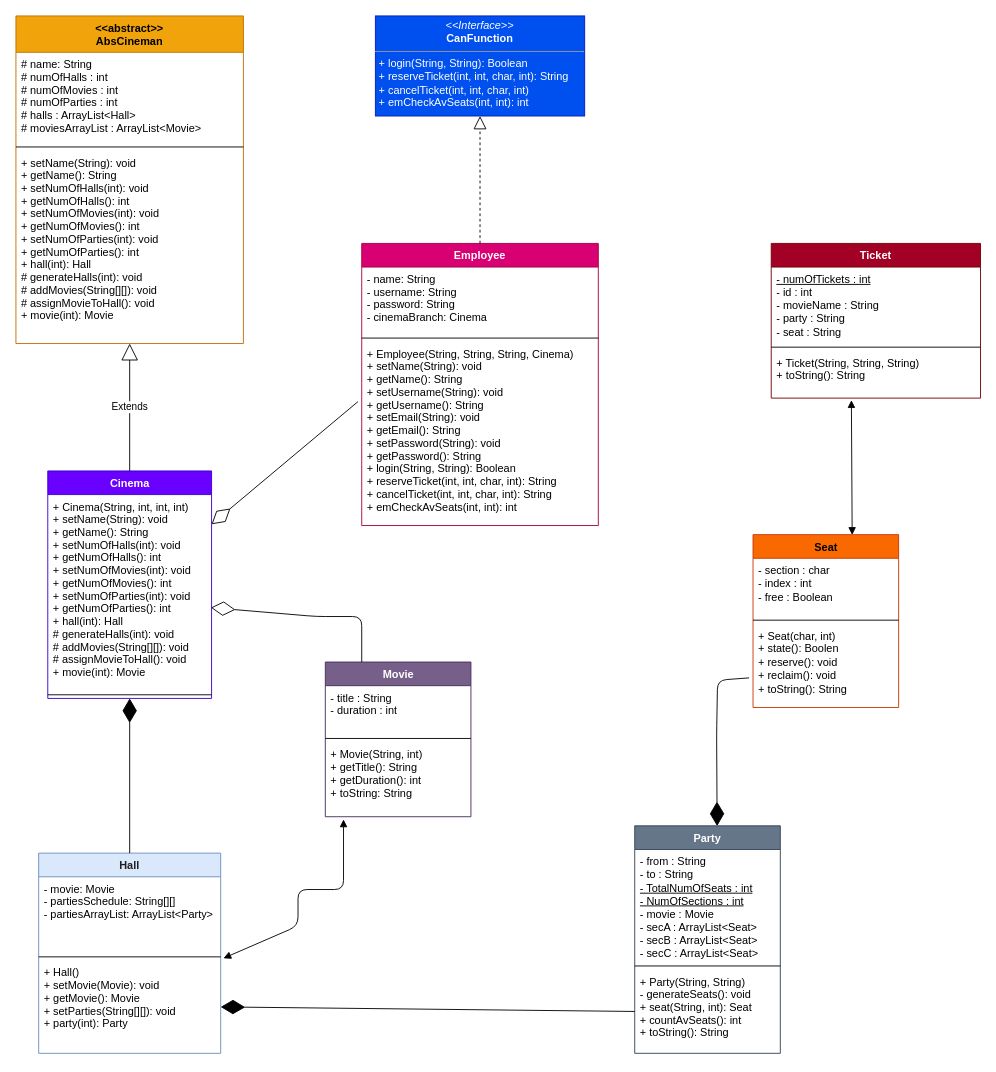
Earlier version of the draw.io diagram uml-cinema.drawio (AbdelrhmanNile/cinema-movies-ticket-booking). Source tidied: cells renumbered, new cells numbered last; positions are measured from the earlier drawing's top-left corner, leaving out a move shared by most shapes. Both pictures are drawn from the tidied source at 91%, with x=0, y=0 at pixel (15, 15).
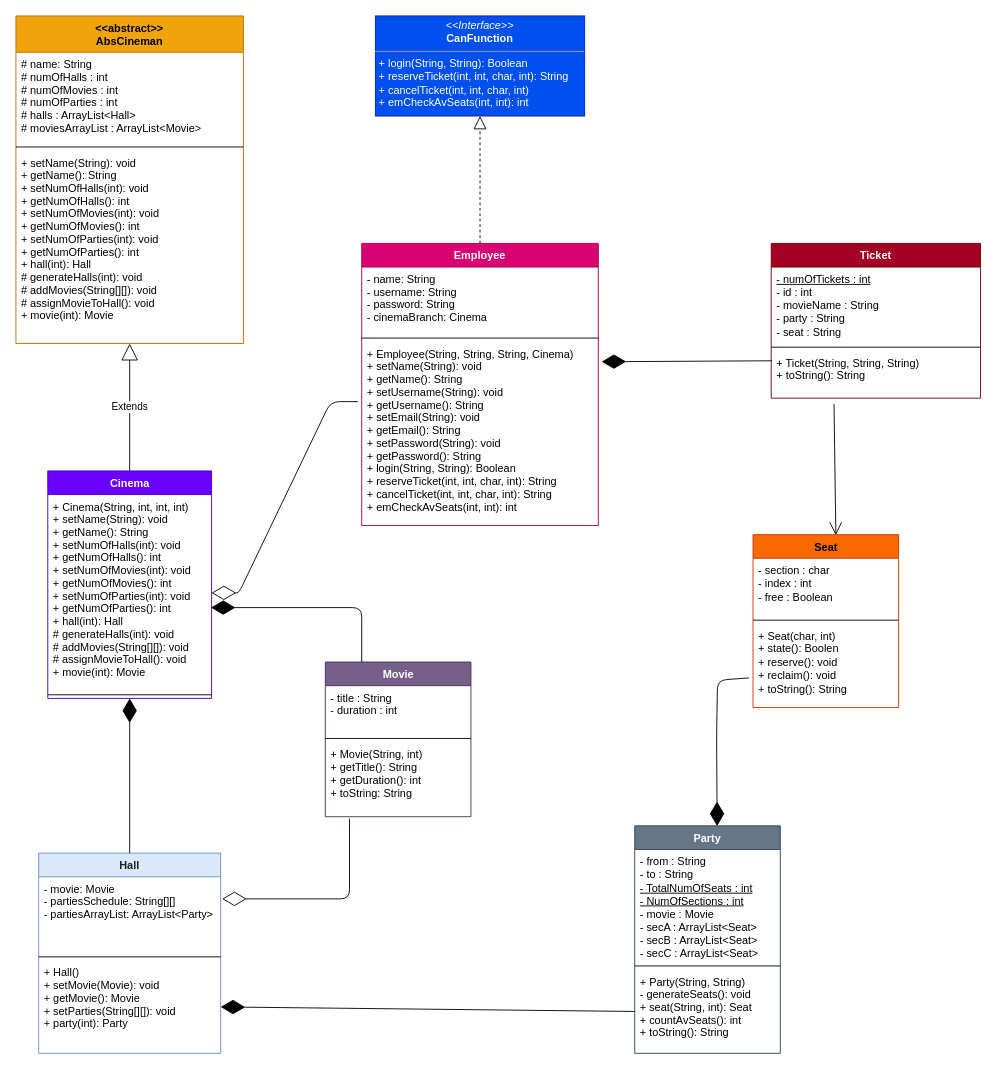
After the change.

The change refers to these unchanged cells:
```xml
<mxCell id="10" value="Seat" style="swimlane;fontStyle=1;align=center;verticalAlign=top;horizontal=1;startSize=26;strokeColor=#C73500;html=1;fillColor=#fa6800;fontColor=#000000;" parent="1" vertex="1">
  <mxGeometry x="810" y="570" width="160" height="190" as="geometry" />
</mxCell>
<mxCell id="14" value="Movie" style="swimlane;fontStyle=1;align=center;verticalAlign=top;horizontal=1;startSize=26;strokeColor=#432D57;html=1;fillColor=#76608a;fontColor=#ffffff;" parent="1" vertex="1">
  <mxGeometry x="340" y="710" width="160" height="170" as="geometry" />
</mxCell>
<mxCell id="17" value="+ Movie(String, int)&lt;br&gt;+ getTitle(): String&lt;br&gt;+ getDuration(): int&lt;br&gt;+ toString: String" style="text;strokeColor=none;fillColor=none;align=left;verticalAlign=top;spacingLeft=4;spacingRight=4;overflow=hidden;points=[[0,0.5],[1,0.5]];portConstraint=eastwest;html=1;" parent="14" vertex="1">
  <mxGeometry y="88" width="160" height="82" as="geometry" />
</mxCell>
<mxCell id="19" value="- movie: Movie&#10;- partiesSchedule: String[][]&#10;- partiesArrayList: ArrayList&lt;Party&gt;" style="text;strokeColor=none;fillColor=none;align=left;verticalAlign=top;spacingLeft=4;spacingRight=4;overflow=hidden;points=[[0,0.5],[1,0.5]];portConstraint=eastwest;" parent="18" vertex="1">
  <mxGeometry y="26" width="200" height="84" as="geometry" />
</mxCell>
<mxCell id="21" value="+ Hall()&#10;+ setMovie(Movie): void&#10;+ getMovie(): Movie&#10;+ setParties(String[][]): void&#10;+ party(int): Party" style="text;strokeColor=none;fillColor=none;align=left;verticalAlign=top;spacingLeft=4;spacingRight=4;overflow=hidden;points=[[0,0.5],[1,0.5]];portConstraint=eastwest;" parent="18" vertex="1">
  <mxGeometry y="118" width="200" height="102" as="geometry" />
</mxCell>
<mxCell id="25" value="+ Employee(String, String, String, Cinema)&#10;+ setName(String): void&#10;+ getName(): String&#10;+ setUsername(String): void&#10;+ getUsername(): String&#10;+ setEmail(String): void&#10;+ getEmail(): String&#10;+ setPassword(String): void&#10;+ getPassword(): String&#10;+ login(String, String): Boolean&#10;+ reserveTicket(int, int, char, int): String&#10;+ cancelTicket(int, int, char, int): String&#10;+ emCheckAvSeats(int, int): int" style="text;strokeColor=none;fillColor=none;align=left;verticalAlign=top;spacingLeft=4;spacingRight=4;overflow=hidden;points=[[0,0.5],[1,0.5]];portConstraint=eastwest;" parent="22" vertex="1">
  <mxGeometry y="108" width="260" height="202" as="geometry" />
</mxCell>
<mxCell id="30" value="+ Ticket(String, String, String)&#10;+ toString(): String" style="text;strokeColor=none;fillColor=none;align=left;verticalAlign=top;spacingLeft=4;spacingRight=4;overflow=hidden;points=[[0,0.5],[1,0.5]];portConstraint=eastwest;" parent="27" vertex="1">
  <mxGeometry y="118" width="230" height="52" as="geometry" />
</mxCell>
<mxCell id="32" value="+ Cinema(String, int, int, int)&#10;+ setName(String): void&#10;+ getName(): String&#10;+ setNumOfHalls(int): void&#10;+ getNumOfHalls(): int&#10;+ setNumOfMovies(int): void&#10;+ getNumOfMovies(): int&#10;+ setNumOfParties(int): void&#10;+ getNumOfParties(): int&#10;+ hall(int): Hall&#10;# generateHalls(int): void&#10;# addMovies(String[][]): void&#10;# assignMovieToHall(): void&#10;+ movie(int): Movie" style="text;strokeColor=none;fillColor=none;align=left;verticalAlign=top;spacingLeft=4;spacingRight=4;overflow=hidden;points=[[0,0.5],[1,0.5]];portConstraint=eastwest;" parent="31" vertex="1">
  <mxGeometry y="26" width="180" height="216" as="geometry" />
</mxCell>
```

What changed in the source:
```diff
@@
-    <mxCell id="35" style="endArrow=diamondThin;endFill=0;endSize=24;html=1;exitX=-0.016;exitY=0.326;exitDx=0;exitDy=0;exitPerimeter=0;" parent="1" edge="1" source="25" target="32">
+    <mxCell id="35" style="endArrow=diamondThin;endFill=0;endSize=24;html=1;exitX=-0.016;exitY=0.326;exitDx=0;exitDy=0;exitPerimeter=0;edgeStyle=entityRelationEdgeStyle;" parent="1" edge="1" source="25" target="32">
       <mxGeometry relative="1" as="geometry" />
     </mxCell>
@@
-    <mxCell id="38" style="endArrow=diamondThin;endFill=0;endSize=24;html=1;exitX=0.25;exitY=0;exitDx=0;exitDy=0;entryX=0.996;entryY=0.575;entryDx=0;entryDy=0;entryPerimeter=0;" parent="1" edge="1" source="14" target="32">
-      <mxGeometry relative="1" as="geometry">
-        <Array as="points">
-          <mxPoint x="380" y="660" />
-          <mxPoint x="330" y="660" />
-        </Array>
-      </mxGeometry>
+    <mxCell id="38" style="endArrow=diamondThin;endFill=1;endSize=24;html=1;exitX=0.25;exitY=0;exitDx=0;exitDy=0;entryX=0.996;entryY=0.575;entryDx=0;entryDy=0;entryPerimeter=0;edgeStyle=orthogonalEdgeStyle;" parent="1" edge="1" source="14" target="32">
+      <mxGeometry relative="1" as="geometry" />
     </mxCell>
-    <mxCell id="39" style="endArrow=block;startArrow=block;endFill=1;startFill=1;html=1;entryX=0.125;entryY=1.036;entryDx=0;entryDy=0;entryPerimeter=0;exitX=1.015;exitY=-0.024;exitDx=0;exitDy=0;exitPerimeter=0;" parent="1" edge="1" source="21" target="17">
-      <mxGeometry relative="1" as="geometry">
-        <Array as="points">
-          <mxPoint x="310" y="1000" />
-          <mxPoint x="310" y="960" />
-          <mxPoint x="360" y="960" />
-        </Array>
-      </mxGeometry>
-    </mxCell>
@@
-    <mxCell id="42" style="endArrow=block;startArrow=block;endFill=1;startFill=1;html=1;entryX=0.383;entryY=1.043;entryDx=0;entryDy=0;entryPerimeter=0;exitX=0.681;exitY=0.002;exitDx=0;exitDy=0;exitPerimeter=0;" parent="1" edge="1" source="10" target="30">
-      <mxGeometry relative="1" as="geometry" />
-    </mxCell>
+    <mxCell id="43" style="endArrow=diamondThin;endFill=0;endSize=24;html=1;edgeStyle=orthogonalEdgeStyle;exitX=0.166;exitY=1.025;exitDx=0;exitDy=0;exitPerimeter=0;entryX=1.008;entryY=0.289;entryDx=0;entryDy=0;entryPerimeter=0;" parent="1" edge="1" source="17" target="19">
+      <mxGeometry relative="1" as="geometry">
+        <Array as="points">
+          <mxPoint x="367" y="970" />
+        </Array>
+      </mxGeometry>
+    </mxCell>
+    <mxCell id="44" style="endArrow=open;endFill=1;endSize=12;html=1;exitX=0.3;exitY=1.126;exitDx=0;exitDy=0;exitPerimeter=0;entryX=0.569;entryY=0.003;entryDx=0;entryDy=0;entryPerimeter=0;" parent="1" edge="1" source="30" target="10">
+      <mxGeometry relative="1" as="geometry" />
+    </mxCell>
+    <mxCell id="45" style="endArrow=diamondThin;endFill=1;endSize=24;html=1;entryX=1.014;entryY=0.109;entryDx=0;entryDy=0;entryPerimeter=0;exitX=0.004;exitY=0.211;exitDx=0;exitDy=0;exitPerimeter=0;" parent="1" edge="1" source="30" target="25">
+      <mxGeometry relative="1" as="geometry" />
+    </mxCell>
```
